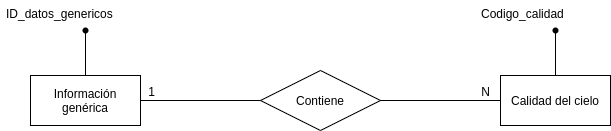
Earlier version of the draw.io export documentacion/fotos/Esquema Entidad-Relacion.png (pcerezo/tfgApp). Source tidied: cells renumbered, new cells last; positions are measured from the earlier drawing's top-left corner, leaving out a move shared by most shapes. The source it was exported from:
```xml
<mxGraphModel>
  <root>
    <mxCell id="0" />
    <mxCell id="1" parent="0" />
    <mxCell id="2" value="Información genérica" style="whiteSpace=wrap;html=1;align=center;" parent="1" vertex="1">
      <mxGeometry x="30" y="75" width="110" height="50" as="geometry" />
    </mxCell>
    <mxCell id="3" value="Contiene" style="shape=rhombus;perimeter=rhombusPerimeter;whiteSpace=wrap;html=1;align=center;" parent="1" vertex="1">
      <mxGeometry x="260" y="70" width="120" height="60" as="geometry" />
    </mxCell>
    <mxCell id="4" value="Calidad del cielo" style="whiteSpace=wrap;html=1;align=center;" parent="1" vertex="1">
      <mxGeometry x="500" y="75" width="110" height="50" as="geometry" />
    </mxCell>
    <mxCell id="5" style="endArrow=none;html=1;rounded=0;entryX=0;entryY=0.5;entryDx=0;entryDy=0;exitX=1;exitY=0.5;exitDx=0;exitDy=0;" parent="1" edge="1" source="3" target="4">
      <mxGeometry relative="1" as="geometry" />
    </mxCell>
    <mxCell id="6" value="N" style="html=1;align=right;verticalAlign=bottom;" parent="5" vertex="1">
      <mxGeometry x="1" relative="1" as="geometry">
        <mxPoint x="-10" as="offset" />
      </mxGeometry>
    </mxCell>
    <mxCell id="7" style="endArrow=none;html=1;rounded=0;entryX=1;entryY=0.5;entryDx=0;entryDy=0;exitX=0;exitY=0.5;exitDx=0;exitDy=0;" parent="1" edge="1" source="3" target="2">
      <mxGeometry relative="1" as="geometry" />
    </mxCell>
    <mxCell id="8" value="1" style="html=1;align=right;verticalAlign=bottom;" parent="7" vertex="1">
      <mxGeometry x="1" relative="1" as="geometry">
        <mxPoint x="15" as="offset" />
      </mxGeometry>
    </mxCell>
    <mxCell id="9" style="shape=waypoint;sketch=0;fillStyle=solid;size=6;points=[];fillColor=none;perimeter=centerPerimeter;snapToPoint=1;" parent="1" vertex="1">
      <mxGeometry x="65" y="10" width="40" height="40" as="geometry" />
    </mxCell>
    <mxCell id="10" style="endArrow=none;html=1;rounded=0;exitX=1.014;exitY=0.196;exitDx=0;exitDy=0;exitPerimeter=0;entryX=0.5;entryY=0;entryDx=0;entryDy=0;" parent="1" edge="1" source="9" target="2">
      <mxGeometry relative="1" as="geometry" />
    </mxCell>
    <mxCell id="11" value="ID_datos_genericos" style="text;strokeColor=none;fillColor=none;spacingLeft=4;spacingRight=4;overflow=hidden;fontSize=12;" parent="1" vertex="1">
      <mxGeometry width="120" height="30" as="geometry" />
    </mxCell>
    <mxCell id="12" style="endArrow=none;html=1;rounded=0;exitX=0.5;exitY=0;exitDx=0;exitDy=0;" parent="1" edge="1" source="4">
      <mxGeometry relative="1" as="geometry">
        <mxPoint x="555" y="30" as="targetPoint" />
      </mxGeometry>
    </mxCell>
    <mxCell id="13" style="shape=waypoint;sketch=0;fillStyle=solid;size=6;fillColor=none;perimeter=centerPerimeter;" parent="1" vertex="1">
      <mxGeometry x="535" y="10" width="40" height="40" as="geometry" />
    </mxCell>
    <mxCell id="14" value="Codigo_calidad" style="text;strokeColor=none;fillColor=none;spacingLeft=4;spacingRight=4;overflow=hidden;fontSize=12;" parent="1" vertex="1">
      <mxGeometry x="475" width="100" height="30" as="geometry" />
    </mxCell>
  </root>
</mxGraphModel>
```
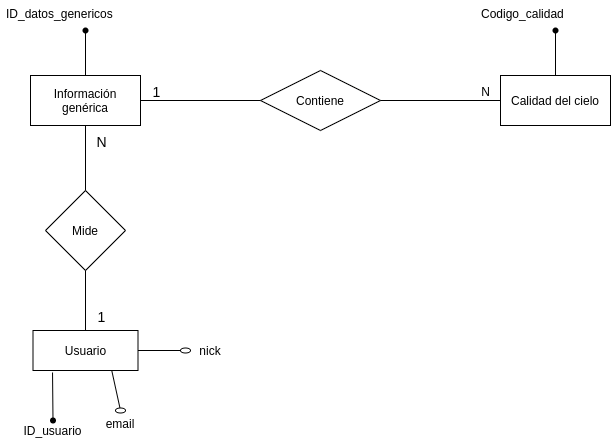
After the commit.

Change to the diagram source:
```diff
@@ -22,11 +22,16 @@
     <mxCell id="7" style="endArrow=none;html=1;rounded=0;entryX=1;entryY=0.5;entryDx=0;entryDy=0;exitX=0;exitY=0.5;exitDx=0;exitDy=0;" parent="1" edge="1" source="3" target="2">
       <mxGeometry relative="1" as="geometry" />
     </mxCell>
-    <mxCell id="8" value="1" style="html=1;align=right;verticalAlign=bottom;" parent="7" vertex="1">
+    <mxCell id="8" style="html=1;align=right;verticalAlign=bottom;" parent="7" vertex="1">
       <mxGeometry x="1" relative="1" as="geometry">
         <mxPoint x="15" as="offset" />
       </mxGeometry>
     </mxCell>
+    <mxCell id="15" value="&lt;font style=&quot;font-size: 14px&quot;&gt;1&lt;/font&gt;" style="edgeLabel;html=1;align=center;verticalAlign=middle;" parent="7" vertex="1">
+      <mxGeometry x="0.72" y="1" relative="1" as="geometry">
+        <mxPoint x="-2" y="-11" as="offset" />
+      </mxGeometry>
+    </mxCell>
     <mxCell id="9" style="shape=waypoint;sketch=0;fillStyle=solid;size=6;points=[];fillColor=none;perimeter=centerPerimeter;snapToPoint=1;" parent="1" vertex="1">
       <mxGeometry x="65" y="10" width="40" height="40" as="geometry" />
     </mxCell>
@@ -47,5 +52,61 @@
     <mxCell id="14" value="Codigo_calidad" style="text;strokeColor=none;fillColor=none;spacingLeft=4;spacingRight=4;overflow=hidden;fontSize=12;" parent="1" vertex="1">
       <mxGeometry x="475" width="100" height="30" as="geometry" />
     </mxCell>
+    <mxCell id="16" value="Usuario" style="rounded=0;whiteSpace=wrap;html=1;" parent="1" vertex="1">
+      <mxGeometry x="32.5" y="330" width="105" height="40" as="geometry" />
+    </mxCell>
+    <mxCell id="17" value="Mide" style="rhombus;whiteSpace=wrap;html=1;" parent="1" vertex="1">
+      <mxGeometry x="45" y="190" width="80" height="80" as="geometry" />
+    </mxCell>
+    <mxCell id="18" style="endArrow=none;html=1;entryX=0.5;entryY=1;entryDx=0;entryDy=0;exitX=0.5;exitY=0;exitDx=0;exitDy=0;" parent="1" edge="1" source="17" target="2">
+      <mxGeometry relative="1" as="geometry" />
+    </mxCell>
+    <mxCell id="19" value="&lt;font style=&quot;font-size: 14px&quot;&gt;N&lt;/font&gt;" style="edgeLabel;html=1;align=center;verticalAlign=middle;" parent="18" vertex="1">
+      <mxGeometry x="0.53" y="2" relative="1" as="geometry">
+        <mxPoint x="17" as="offset" />
+      </mxGeometry>
+    </mxCell>
+    <mxCell id="20" style="endArrow=none;html=1;entryX=0.5;entryY=1;entryDx=0;entryDy=0;exitX=0.5;exitY=0;exitDx=0;exitDy=0;" parent="1" edge="1" source="16" target="17">
+      <mxGeometry relative="1" as="geometry" />
+    </mxCell>
+    <mxCell id="21" value="&lt;font style=&quot;font-size: 14px&quot;&gt;1&lt;/font&gt;" style="edgeLabel;html=1;align=center;verticalAlign=middle;" parent="20" vertex="1">
+      <mxGeometry x="-0.49" relative="1" as="geometry">
+        <mxPoint x="15" as="offset" />
+      </mxGeometry>
+    </mxCell>
+    <mxCell id="22" style="endArrow=none;html=1;entryX=0.186;entryY=1.05;entryDx=0;entryDy=0;exitDx=0;exitDy=0;entryPerimeter=0;startArrow=none;" parent="1" edge="1" source="30" target="16">
+      <mxGeometry relative="1" as="geometry" />
+    </mxCell>
+    <mxCell id="23" value="ID_usuario" style="text;html=1;strokeColor=none;fillColor=none;align=center;verticalAlign=middle;whiteSpace=wrap;rounded=0;" parent="1" vertex="1">
+      <mxGeometry x="20" y="420" width="65" height="20" as="geometry" />
+    </mxCell>
+    <mxCell id="24" style="endArrow=none;html=1;entryX=0.75;entryY=1;entryDx=0;entryDy=0;" parent="1" edge="1" target="16">
+      <mxGeometry relative="1" as="geometry">
+        <mxPoint x="120" y="410" as="sourcePoint" />
+      </mxGeometry>
+    </mxCell>
+    <mxCell id="25" value="email" style="text;html=1;strokeColor=none;fillColor=none;align=center;verticalAlign=middle;whiteSpace=wrap;rounded=0;" parent="1" vertex="1">
+      <mxGeometry x="100" y="412.5" width="40" height="20" as="geometry" />
+    </mxCell>
+    <mxCell id="26" style="endArrow=none;html=1;exitX=1;exitY=0.5;exitDx=0;exitDy=0;" parent="1" edge="1" source="16">
+      <mxGeometry relative="1" as="geometry">
+        <mxPoint x="180" y="350" as="targetPoint" />
+      </mxGeometry>
+    </mxCell>
+    <mxCell id="27" style="verticalLabelPosition=bottom;verticalAlign=top;html=1;shape=mxgraph.flowchart.on-page_reference;" parent="1" vertex="1">
+      <mxGeometry x="180" y="347.5" width="10" height="5" as="geometry" />
+    </mxCell>
+    <mxCell id="28" value="nick" style="text;html=1;strokeColor=none;fillColor=none;align=center;verticalAlign=middle;whiteSpace=wrap;rounded=0;" parent="1" vertex="1">
+      <mxGeometry x="190" y="340" width="40" height="20" as="geometry" />
+    </mxCell>
+    <mxCell id="29" style="verticalLabelPosition=bottom;verticalAlign=top;html=1;shape=mxgraph.flowchart.on-page_reference;" parent="1" vertex="1">
+      <mxGeometry x="115" y="407.5" width="10" height="5" as="geometry" />
+    </mxCell>
+    <mxCell id="30" style="shape=waypoint;sketch=0;fillStyle=solid;size=6;points=[];fillColor=none;perimeter=centerPerimeter;snapToPoint=1;" parent="1" vertex="1">
+      <mxGeometry x="32.5" y="400" width="40" height="40" as="geometry" />
+    </mxCell>
+    <mxCell id="31" style="endArrow=none;html=1;entryDx=0;entryDy=0;exitX=0.5;exitY=0;exitDx=0;exitDy=0;entryPerimeter=0;" parent="1" edge="1" source="23" target="30">
+      <mxGeometry relative="1" as="geometry" />
+    </mxCell>
   </root>
 </mxGraphModel>
```
